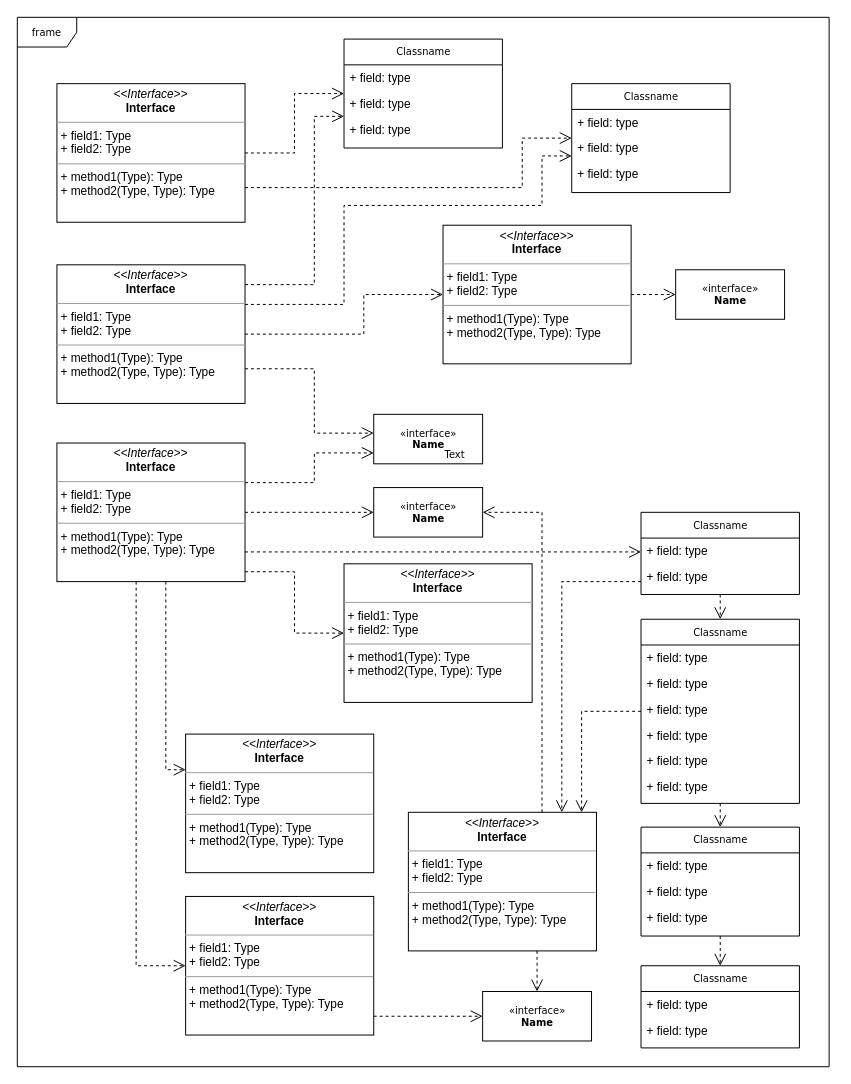
Earlier version of the draw.io diagram Diagram Tanpa Judul.drawio (NNDXZ/KODE-FIRST). Source tidied: cells renumbered, new cells numbered last; positions are measured from the earlier drawing's top-left corner, leaving out a move shared by most shapes. Both pictures are drawn from the tidied source at 99%, with x=0, y=0 at pixel (17, 17).
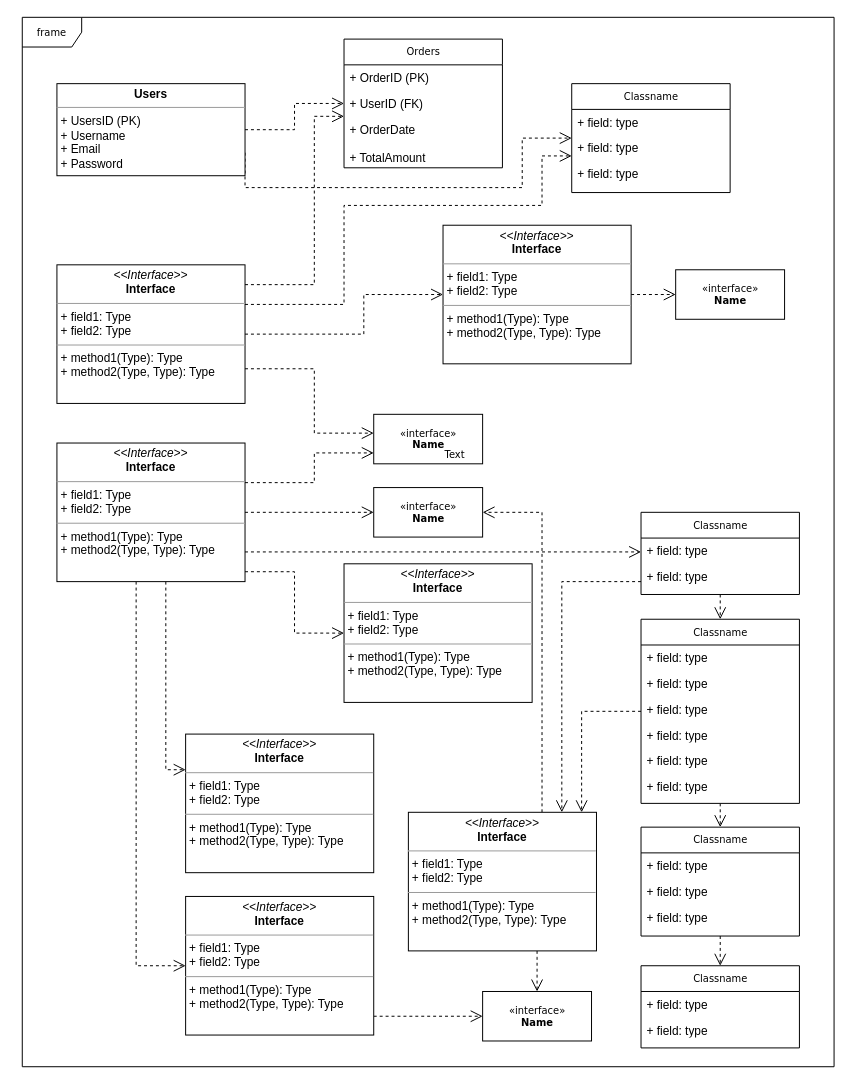
The same page after the edit.

Diff of the diagram source:
```diff
@@
     <mxCell id="2" value="frame" style="shape=umlFrame;whiteSpace=wrap;html=1;rounded=0;shadow=0;comic=0;labelBackgroundColor=none;strokeWidth=1;fontFamily=Verdana;fontSize=10;align=center;" parent="1" vertex="1">
-      <mxGeometry width="820" height="1060" as="geometry" />
+      <mxGeometry x="5" width="820" height="1060" as="geometry" />
     </mxCell>
@@
-    <mxCell id="12" value="Classname" style="swimlane;html=1;fontStyle=0;horizontal=1;startSize=26;fillColor=none;swimlaneFillColor=#ffffff;rounded=0;shadow=0;comic=0;labelBackgroundColor=none;strokeWidth=1;fontFamily=Verdana;fontSize=10;align=center;" parent="1" vertex="1">
-      <mxGeometry x="330" y="22" width="160" height="110" as="geometry" />
+    <mxCell id="12" value="Orders" style="swimlane;html=1;fontStyle=0;horizontal=1;startSize=26;fillColor=none;swimlaneFillColor=#ffffff;rounded=0;shadow=0;comic=0;labelBackgroundColor=none;strokeWidth=1;fontFamily=Verdana;fontSize=10;align=center;" parent="1" vertex="1">
+      <mxGeometry x="330" y="22" width="160" height="130" as="geometry" />
     </mxCell>
-    <mxCell id="13" value="+ field: type" style="text;html=1;strokeColor=none;fillColor=none;align=left;verticalAlign=top;spacingLeft=4;spacingRight=4;whiteSpace=wrap;overflow=hidden;" parent="12" vertex="1">
+    <mxCell id="13" value="+ OrderID (PK)" style="text;html=1;strokeColor=none;fillColor=none;align=left;verticalAlign=top;spacingLeft=4;spacingRight=4;whiteSpace=wrap;overflow=hidden;" parent="12" vertex="1">
       <mxGeometry y="26" width="160" height="26" as="geometry" />
     </mxCell>
-    <mxCell id="14" value="+ field: type" style="text;html=1;strokeColor=none;fillColor=none;align=left;verticalAlign=top;spacingLeft=4;spacingRight=4;whiteSpace=wrap;overflow=hidden;" parent="12" vertex="1">
+    <mxCell id="14" value="+ UserID (FK)" style="text;html=1;strokeColor=none;fillColor=none;align=left;verticalAlign=top;spacingLeft=4;spacingRight=4;whiteSpace=wrap;overflow=hidden;" parent="12" vertex="1">
       <mxGeometry y="52" width="160" height="26" as="geometry" />
     </mxCell>
-    <mxCell id="15" value="+ field: type" style="text;html=1;strokeColor=none;fillColor=none;align=left;verticalAlign=top;spacingLeft=4;spacingRight=4;whiteSpace=wrap;overflow=hidden;" parent="12" vertex="1">
-      <mxGeometry y="78" width="160" height="26" as="geometry" />
+    <mxCell id="15" value="+ OrderDate&lt;div&gt;&lt;span style=&quot;text-wrap-mode: nowrap; background-color: transparent; color: light-dark(rgb(0, 0, 0), rgb(255, 255, 255));&quot;&gt;&lt;br&gt;&lt;/span&gt;&lt;/div&gt;&lt;div&gt;&lt;span style=&quot;text-wrap-mode: nowrap; background-color: transparent; color: light-dark(rgb(0, 0, 0), rgb(255, 255, 255));&quot;&gt;+ TotalAmount&lt;/span&gt;&lt;/div&gt;" style="text;html=1;strokeColor=none;fillColor=none;align=left;verticalAlign=top;spacingLeft=4;spacingRight=4;whiteSpace=wrap;overflow=hidden;" parent="12" vertex="1">
+      <mxGeometry y="78" width="160" height="52" as="geometry" />
     </mxCell>
@@
-    <mxCell id="48" value="&lt;p style=&quot;margin:0px;margin-top:4px;text-align:center;&quot;&gt;&lt;i&gt;&amp;lt;&amp;lt;Interface&amp;gt;&amp;gt;&lt;/i&gt;&lt;br/&gt;&lt;b&gt;Interface&lt;/b&gt;&lt;/p&gt;&lt;hr size=&quot;1&quot;/&gt;&lt;p style=&quot;margin:0px;margin-left:4px;&quot;&gt;+ field1: Type&lt;br/&gt;+ field2: Type&lt;/p&gt;&lt;hr size=&quot;1&quot;/&gt;&lt;p style=&quot;margin:0px;margin-left:4px;&quot;&gt;+ method1(Type): Type&lt;br/&gt;+ method2(Type, Type): Type&lt;/p&gt;" style="verticalAlign=top;align=left;overflow=fill;fontSize=12;fontFamily=Helvetica;html=1;rounded=0;shadow=0;comic=0;labelBackgroundColor=none;strokeWidth=1;" parent="1" vertex="1">
-      <mxGeometry x="40" y="67" width="190" height="140" as="geometry" />
+    <mxCell id="48" value="&lt;p style=&quot;margin:0px;margin-top:4px;text-align:center;&quot;&gt;&lt;b&gt;Users&lt;/b&gt;&lt;/p&gt;&lt;hr size=&quot;1&quot;&gt;&lt;p style=&quot;margin:0px;margin-left:4px;&quot;&gt;+ UsersID (PK)&lt;br&gt;+ Username&lt;/p&gt;&lt;p style=&quot;margin:0px;margin-left:4px;&quot;&gt;+ Email&lt;/p&gt;&lt;p style=&quot;margin:0px;margin-left:4px;&quot;&gt;+ Password&lt;/p&gt;&lt;hr size=&quot;1&quot;&gt;&lt;p style=&quot;margin:0px;margin-left:4px;&quot;&gt;&lt;br&gt;&lt;/p&gt;" style="verticalAlign=top;align=left;overflow=fill;fontSize=12;fontFamily=Helvetica;html=1;rounded=0;shadow=0;comic=0;labelBackgroundColor=none;strokeWidth=1;" parent="1" vertex="1">
+      <mxGeometry x="40" y="67" width="190" height="93" as="geometry" />
     </mxCell>
```
